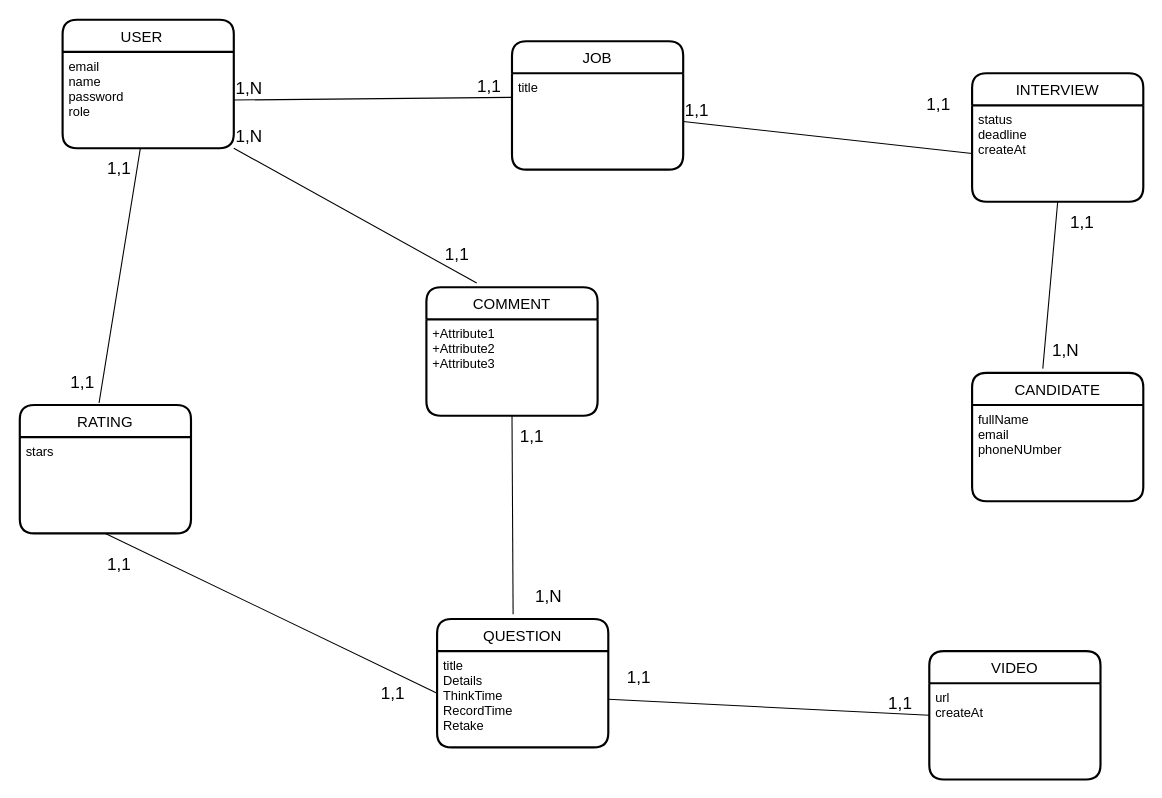
Above: Untitled Diagram.drawio in Aztaro97/nestjs-typeorm-mysql-typsecript (draw.io), before the change. Source tidied: cells renumbered, new cells numbered last; positions are measured from the earlier drawing's top-left corner, leaving out a move shared by most shapes. Both pictures are drawn from the tidied source at 107%, with x=0, y=0 at pixel (19, 19).
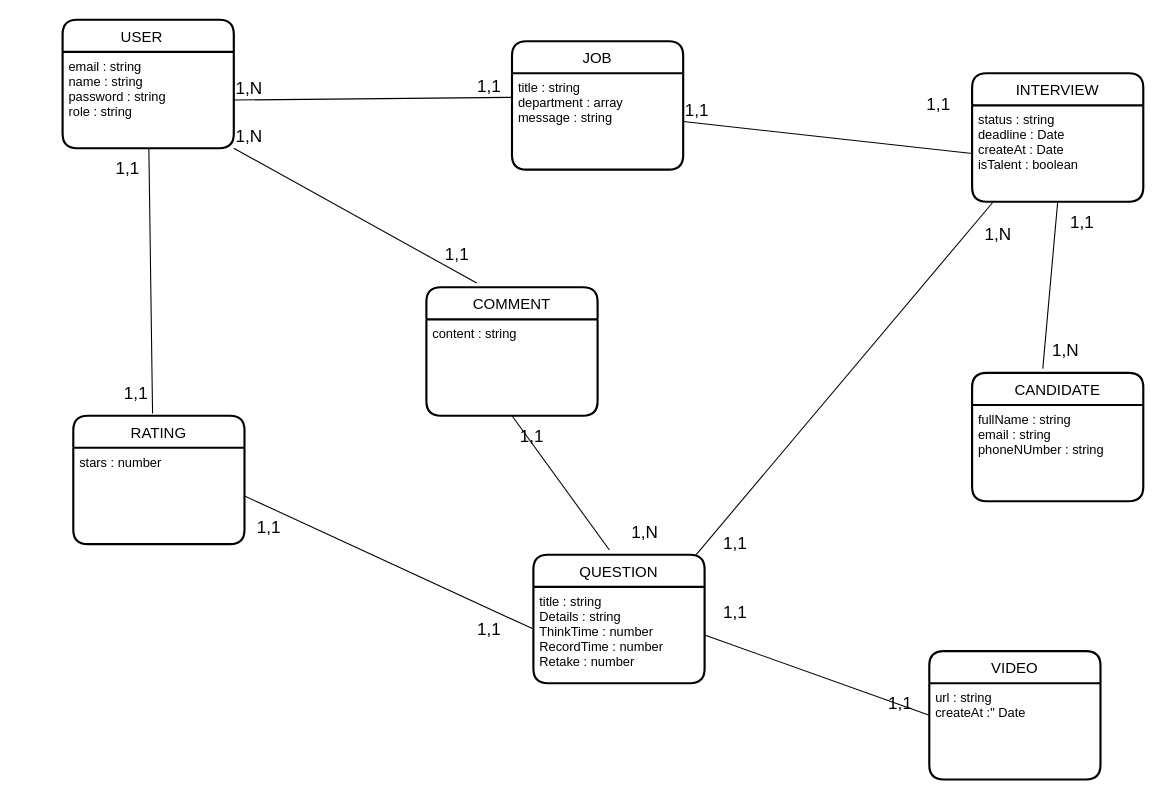
Above is the later version.

Unchanged cells that the change refers to:
```xml
<mxCell id="2" value="USER   " style="swimlane;horizontal=1;startSize=30;rounded=1;fontSize=14;fontStyle=0;strokeWidth=2;shadow=0;dashed=0;align=center;" parent="1" vertex="1">
  <mxGeometry x="40" width="160" height="120" as="geometry" />
</mxCell>
<mxCell id="4" value="JOB" style="swimlane;horizontal=1;startSize=30;rounded=1;fontSize=14;fontStyle=0;strokeWidth=2;shadow=0;dashed=0;align=center;" parent="1" vertex="1">
  <mxGeometry x="460" y="20" width="160" height="120" as="geometry" />
</mxCell>
<mxCell id="6" value="INTERVIEW" style="swimlane;horizontal=1;startSize=30;rounded=1;fontSize=14;fontStyle=0;strokeWidth=2;shadow=0;dashed=0;align=center;" parent="1" vertex="1">
  <mxGeometry x="890" y="50" width="160" height="120" as="geometry" />
</mxCell>
<mxCell id="8" value="COMMENT" style="swimlane;horizontal=1;startSize=30;rounded=1;fontSize=14;fontStyle=0;strokeWidth=2;shadow=0;dashed=0;align=center;" parent="1" vertex="1">
  <mxGeometry x="380" y="250" width="160" height="120" as="geometry" />
</mxCell>
<mxCell id="14" value="VIDEO" style="swimlane;horizontal=1;startSize=30;rounded=1;fontSize=14;fontStyle=0;strokeWidth=2;shadow=0;dashed=0;align=center;" parent="1" vertex="1">
  <mxGeometry x="850" y="590" width="160" height="120" as="geometry" />
</mxCell>
<mxCell id="37" value="CANDIDATE" style="swimlane;horizontal=1;startSize=30;rounded=1;fontSize=14;fontStyle=0;strokeWidth=2;shadow=0;dashed=0;align=center;" parent="1" vertex="1">
  <mxGeometry x="890" y="330" width="160" height="120" as="geometry" />
</mxCell>
```

What changed in the source:
```diff
@@
-    <mxCell id="3" value="email&#10;name&#10;password&#10;role" style="align=left;strokeColor=none;fillColor=none;spacingLeft=4;fontSize=12;verticalAlign=top;" parent="2" vertex="1">
+    <mxCell id="3" value="email : string&#10;name : string&#10;password : string&#10;role : string" style="align=left;strokeColor=none;fillColor=none;spacingLeft=4;fontSize=12;verticalAlign=top;" parent="2" vertex="1">
       <mxGeometry y="30" width="160" height="90" as="geometry" />
     </mxCell>
@@
-    <mxCell id="5" value="title" style="align=left;strokeColor=none;fillColor=none;spacingLeft=4;fontSize=12;verticalAlign=top;" parent="4" vertex="1">
+    <mxCell id="5" value="title : string&#10;department : array&#10;message : string" style="align=left;strokeColor=none;fillColor=none;spacingLeft=4;fontSize=12;verticalAlign=top;" parent="4" vertex="1">
       <mxGeometry y="30" width="160" height="90" as="geometry" />
     </mxCell>
@@
-    <mxCell id="7" value="status&#10;deadline&#10;createAt" style="align=left;strokeColor=none;fillColor=none;spacingLeft=4;fontSize=12;verticalAlign=top;" parent="6" vertex="1">
+    <mxCell id="7" value="status : string&#10;deadline : Date&#10;createAt : Date&#10;isTalent : boolean" style="align=left;strokeColor=none;fillColor=none;spacingLeft=4;fontSize=12;verticalAlign=top;" parent="6" vertex="1">
       <mxGeometry y="30" width="160" height="90" as="geometry" />
     </mxCell>
@@
-    <mxCell id="9" value="+Attribute1&#10;+Attribute2&#10;+Attribute3" style="align=left;strokeColor=none;fillColor=none;spacingLeft=4;fontSize=12;verticalAlign=top;" parent="8" vertex="1">
+    <mxCell id="9" value="content : string" style="align=left;strokeColor=none;fillColor=none;spacingLeft=4;fontSize=12;verticalAlign=top;" parent="8" vertex="1">
       <mxGeometry y="30" width="160" height="90" as="geometry" />
     </mxCell>
     <mxCell id="10" value="RATING" style="swimlane;horizontal=1;startSize=30;rounded=1;fontSize=14;fontStyle=0;strokeWidth=2;shadow=0;dashed=0;align=center;" parent="1" vertex="1">
-      <mxGeometry y="360" width="160" height="120" as="geometry" />
+      <mxGeometry x="50" y="370" width="160" height="120" as="geometry" />
     </mxCell>
-    <mxCell id="11" value="stars" style="align=left;strokeColor=none;fillColor=none;spacingLeft=4;fontSize=12;verticalAlign=top;" parent="10" vertex="1">
+    <mxCell id="11" value="stars : number" style="align=left;strokeColor=none;fillColor=none;spacingLeft=4;fontSize=12;verticalAlign=top;" parent="10" vertex="1">
       <mxGeometry y="30" width="160" height="90" as="geometry" />
     </mxCell>
     <mxCell id="12" value="QUESTION" style="swimlane;horizontal=1;startSize=30;rounded=1;fontSize=14;fontStyle=0;strokeWidth=2;shadow=0;dashed=0;align=center;" parent="1" vertex="1">
-      <mxGeometry x="390" y="560" width="160" height="120" as="geometry" />
+      <mxGeometry x="480" y="500" width="160" height="120" as="geometry" />
     </mxCell>
-    <mxCell id="13" value="title&#10;Details&#10;ThinkTime&#10;RecordTime&#10;Retake" style="align=left;strokeColor=none;fillColor=none;spacingLeft=4;fontSize=12;verticalAlign=top;" parent="12" vertex="1">
+    <mxCell id="13" value="title : string&#10;Details : string&#10;ThinkTime : number&#10;RecordTime : number&#10;Retake : number" style="align=left;strokeColor=none;fillColor=none;spacingLeft=4;fontSize=12;verticalAlign=top;" parent="12" vertex="1">
       <mxGeometry y="30" width="160" height="90" as="geometry" />
     </mxCell>
@@
-    <mxCell id="15" value="url&#10;createAt&#10;" style="align=left;strokeColor=none;fillColor=none;spacingLeft=4;fontSize=12;verticalAlign=top;" parent="14" vertex="1">
+    <mxCell id="15" value="url : string&#10;createAt :&quot; Date&#10;" style="align=left;strokeColor=none;fillColor=none;spacingLeft=4;fontSize=12;verticalAlign=top;" parent="14" vertex="1">
       <mxGeometry y="30" width="160" height="90" as="geometry" />
     </mxCell>
@@
-    <mxCell id="28" style="endArrow=none;html=1;rounded=0;fontSize=16;exitX=0.5;exitY=1;exitDx=0;exitDy=0;entryX=-0.006;entryY=0.433;entryDx=0;entryDy=0;entryPerimeter=0;" parent="1" edge="1" source="11" target="13">
+    <mxCell id="28" style="endArrow=none;html=1;rounded=0;fontSize=16;exitX=1;exitY=0.5;exitDx=0;exitDy=0;entryX=-0.006;entryY=0.433;entryDx=0;entryDy=0;entryPerimeter=0;" parent="1" edge="1" source="11" target="13">
       <mxGeometry relative="1" as="geometry" />
     </mxCell>
     <mxCell id="29" value="1,1" style="html=1;align=left;verticalAlign=bottom;fontSize=16;" parent="28" vertex="1">
       <mxGeometry x="-1" relative="1" as="geometry">
-        <mxPoint y="40" as="offset" />
+        <mxPoint x="10" y="40" as="offset" />
       </mxGeometry>
     </mxCell>
@@
-    <mxCell id="38" value="fullName&#10;email&#10;phoneNUmber" style="align=left;strokeColor=none;fillColor=none;spacingLeft=4;fontSize=12;verticalAlign=top;" parent="37" vertex="1">
+    <mxCell id="38" value="fullName : string&#10;email : string&#10;phoneNUmber : string" style="align=left;strokeColor=none;fillColor=none;spacingLeft=4;fontSize=12;verticalAlign=top;" parent="37" vertex="1">
       <mxGeometry y="30" width="160" height="90" as="geometry" />
     </mxCell>
@@
+    <mxCell id="42" style="endArrow=none;html=1;rounded=0;fontSize=16;exitX=0.119;exitY=1.011;exitDx=0;exitDy=0;exitPerimeter=0;entryX=0.95;entryY=0;entryDx=0;entryDy=0;entryPerimeter=0;" parent="1" edge="1" source="7" target="12">
+      <mxGeometry relative="1" as="geometry" />
+    </mxCell>
+    <mxCell id="43" value="1,N" style="html=1;align=left;verticalAlign=bottom;fontSize=16;" parent="42" vertex="1">
+      <mxGeometry x="-1" relative="1" as="geometry">
+        <mxPoint x="-9" y="40" as="offset" />
+      </mxGeometry>
+    </mxCell>
+    <mxCell id="44" value="1,1" style="html=1;align=right;verticalAlign=bottom;fontSize=16;" parent="42" vertex="1">
+      <mxGeometry x="1" relative="1" as="geometry">
+        <mxPoint x="48" as="offset" />
+      </mxGeometry>
+    </mxCell>
```
